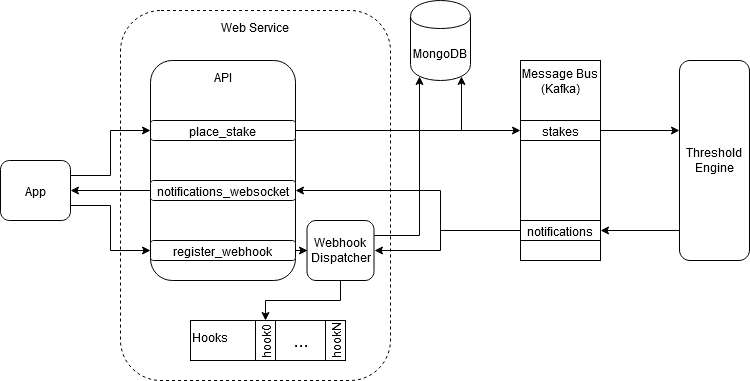
Earlier version of the draw.io export images/diagram.png (ruifpedro/challenge2019_sportsbook). Source tidied: cells renumbered, new cells last; positions are measured from the earlier drawing's top-left corner, leaving out a move shared by most shapes. Its diagram source:
```xml
<mxGraphModel>
  <root>
    <mxCell id="0" />
    <mxCell id="1" parent="0" />
    <mxCell id="2" value="Web Service" style="rounded=1;whiteSpace=wrap;html=1;verticalAlign=top;dashed=1;" parent="1" vertex="1">
      <mxGeometry x="120" y="10" width="270" height="370" as="geometry" />
    </mxCell>
    <mxCell id="3" style="edgeStyle=orthogonalEdgeStyle;rounded=0;jettySize=auto;html=1;entryX=1;entryY=0.5;entryDx=0;entryDy=0;exitX=0;exitY=0.5;exitDx=0;exitDy=0;" parent="1" edge="1" source="16" target="21">
      <mxGeometry relative="1" as="geometry" />
    </mxCell>
    <mxCell id="4" style="edgeStyle=orthogonalEdgeStyle;rounded=0;jettySize=auto;html=1;entryX=0;entryY=0.5;entryDx=0;entryDy=0;" parent="1" edge="1" source="20" target="15">
      <mxGeometry relative="1" as="geometry" />
    </mxCell>
    <mxCell id="5" style="edgeStyle=orthogonalEdgeStyle;rounded=0;jettySize=auto;html=1;entryX=1;entryY=0.5;entryDx=0;entryDy=0;exitX=0;exitY=0.85;exitDx=0;exitDy=0;exitPerimeter=0;" parent="1" edge="1" source="19" target="13">
      <mxGeometry relative="1" as="geometry">
        <Array as="points">
          <mxPoint x="440" y="230" />
          <mxPoint x="440" y="250" />
        </Array>
      </mxGeometry>
    </mxCell>
    <mxCell id="6" style="edgeStyle=orthogonalEdgeStyle;rounded=0;jettySize=auto;html=1;entryX=0;entryY=0.5;entryDx=0;entryDy=0;exitX=1;exitY=0.25;exitDx=0;exitDy=0;" parent="1" edge="1" source="8" target="24">
      <mxGeometry relative="1" as="geometry" />
    </mxCell>
    <mxCell id="7" style="edgeStyle=orthogonalEdgeStyle;rounded=0;jettySize=auto;html=1;entryX=0;entryY=0.5;entryDx=0;entryDy=0;exitX=1;exitY=0.75;exitDx=0;exitDy=0;" parent="1" edge="1" source="8" target="25">
      <mxGeometry relative="1" as="geometry" />
    </mxCell>
    <mxCell id="8" value="App" style="rounded=1;whiteSpace=wrap;html=1;" parent="1" vertex="1">
      <mxGeometry y="160" width="70" height="60" as="geometry" />
    </mxCell>
    <mxCell id="9" style="edgeStyle=orthogonalEdgeStyle;rounded=0;jettySize=auto;html=1;entryX=0;entryY=0.5;entryDx=0;entryDy=0;" parent="1" edge="1" source="24" target="20">
      <mxGeometry relative="1" as="geometry" />
    </mxCell>
    <mxCell id="10" style="edgeStyle=orthogonalEdgeStyle;rounded=0;jettySize=auto;html=1;entryX=0;entryY=0.5;entryDx=0;entryDy=0;" parent="1" edge="1" source="25" target="13">
      <mxGeometry relative="1" as="geometry" />
    </mxCell>
    <mxCell id="11" style="edgeStyle=orthogonalEdgeStyle;rounded=0;jettySize=auto;html=1;entryX=0.5;entryY=0;entryDx=0;entryDy=0;fontSize=16;" parent="1" edge="1" source="13" target="26">
      <mxGeometry relative="1" as="geometry" />
    </mxCell>
    <mxCell id="12" style="edgeStyle=orthogonalEdgeStyle;rounded=0;jettySize=auto;html=1;exitX=1;exitY=0.25;exitDx=0;exitDy=0;entryX=0.15;entryY=0.95;entryDx=0;entryDy=0;entryPerimeter=0;" parent="1" edge="1" source="13" target="33">
      <mxGeometry relative="1" as="geometry">
        <Array as="points">
          <mxPoint x="419" y="235" />
        </Array>
      </mxGeometry>
    </mxCell>
    <mxCell id="13" value="Webhook&lt;br&gt;Dispatcher" style="rounded=1;whiteSpace=wrap;html=1;align=center;" parent="1" vertex="1">
      <mxGeometry x="306.5" y="220" width="67" height="60" as="geometry" />
    </mxCell>
    <mxCell id="14" style="group;" parent="1" vertex="1">
      <mxGeometry x="679" y="60" width="70" height="200" as="geometry" />
    </mxCell>
    <mxCell id="15" style="rounded=0;whiteSpace=wrap;html=1;align=center;rotation=0;" parent="14" vertex="1">
      <mxGeometry y="60" width="70" height="20" as="geometry" />
    </mxCell>
    <mxCell id="16" style="rounded=0;whiteSpace=wrap;html=1;align=center;rotation=0;" parent="14" vertex="1">
      <mxGeometry y="160" width="70" height="20" as="geometry" />
    </mxCell>
    <mxCell id="17" value="Threshold Engine" style="rounded=1;whiteSpace=wrap;html=1;" parent="14" vertex="1">
      <mxGeometry width="70" height="200" as="geometry" />
    </mxCell>
    <mxCell id="18" style="group;" parent="1" vertex="1">
      <mxGeometry x="520" y="60" width="80" height="200" as="geometry" />
    </mxCell>
    <mxCell id="19" value="&lt;div&gt;Message Bus&lt;br&gt;&lt;/div&gt;&lt;div&gt;(Kafka)&lt;/div&gt;" style="rounded=0;whiteSpace=wrap;html=1;align=center;rotation=0;verticalAlign=top;" parent="18" vertex="1">
      <mxGeometry width="80" height="200" as="geometry" />
    </mxCell>
    <mxCell id="20" value="stakes" style="rounded=0;whiteSpace=wrap;html=1;align=center;rotation=0;" parent="18" vertex="1">
      <mxGeometry y="60" width="80" height="20" as="geometry" />
    </mxCell>
    <mxCell id="21" value="notifications" style="rounded=0;whiteSpace=wrap;html=1;align=center;rotation=0;" parent="18" vertex="1">
      <mxGeometry y="160" width="80" height="20" as="geometry" />
    </mxCell>
    <mxCell id="22" value="&lt;div&gt;API&lt;/div&gt;" style="rounded=1;whiteSpace=wrap;html=1;align=center;verticalAlign=top;" parent="1" vertex="1">
      <mxGeometry x="150" y="60" width="145" height="220" as="geometry" />
    </mxCell>
    <mxCell id="23" style="edgeStyle=orthogonalEdgeStyle;rounded=0;jettySize=auto;html=1;entryX=0.85;entryY=0.95;entryDx=0;entryDy=0;entryPerimeter=0;" parent="1" edge="1" source="24" target="33">
      <mxGeometry relative="1" as="geometry" />
    </mxCell>
    <mxCell id="24" value="place_stake" style="rounded=1;whiteSpace=wrap;html=1;rotation=0;" parent="1" vertex="1">
      <mxGeometry x="150" y="120" width="145" height="20" as="geometry" />
    </mxCell>
    <mxCell id="25" value="register_webhook" style="rounded=1;whiteSpace=wrap;html=1;rotation=0;" parent="1" vertex="1">
      <mxGeometry x="150" y="240" width="145" height="20" as="geometry" />
    </mxCell>
    <mxCell id="26" value="Hooks" style="rounded=0;whiteSpace=wrap;html=1;align=left;verticalAlign=top;rotation=0;" parent="1" vertex="1">
      <mxGeometry x="190" y="320" width="150" height="40" as="geometry" />
    </mxCell>
    <mxCell id="27" value="hook0" style="rounded=0;whiteSpace=wrap;html=1;align=left;rotation=-90;" parent="1" vertex="1">
      <mxGeometry x="245" y="330" width="40" height="20" as="geometry" />
    </mxCell>
    <mxCell id="28" value="hookN" style="rounded=0;whiteSpace=wrap;html=1;align=left;rotation=-90;" parent="1" vertex="1">
      <mxGeometry x="315" y="330" width="40" height="20" as="geometry" />
    </mxCell>
    <mxCell id="29" value="&lt;font style=&quot;font-size: 18px&quot;&gt;...&lt;/font&gt;" style="text;html=1;strokeColor=none;fillColor=none;align=center;verticalAlign=middle;whiteSpace=wrap;rounded=0;fontSize=16;" parent="1" vertex="1">
      <mxGeometry x="281" y="330" width="40" height="20" as="geometry" />
    </mxCell>
    <mxCell id="30" style="edgeStyle=orthogonalEdgeStyle;rounded=0;jettySize=auto;html=1;entryX=1;entryY=0.5;entryDx=0;entryDy=0;" parent="1" edge="1" source="31" target="8">
      <mxGeometry relative="1" as="geometry" />
    </mxCell>
    <mxCell id="31" value="notifications_websocket" style="rounded=1;whiteSpace=wrap;html=1;rotation=0;" parent="1" vertex="1">
      <mxGeometry x="150" y="180" width="145" height="20" as="geometry" />
    </mxCell>
    <mxCell id="32" style="edgeStyle=orthogonalEdgeStyle;rounded=0;jettySize=auto;html=1;exitX=0;exitY=0.5;exitDx=0;exitDy=0;entryX=1;entryY=0.5;entryDx=0;entryDy=0;" parent="1" edge="1" source="21" target="31">
      <mxGeometry relative="1" as="geometry">
        <Array as="points">
          <mxPoint x="440" y="230" />
          <mxPoint x="440" y="190" />
        </Array>
      </mxGeometry>
    </mxCell>
    <mxCell id="33" value="MongoDB" style="shape=cylinder;whiteSpace=wrap;html=1;boundedLbl=1;backgroundOutline=1;" parent="1" vertex="1">
      <mxGeometry x="410" width="60" height="80" as="geometry" />
    </mxCell>
  </root>
</mxGraphModel>
```
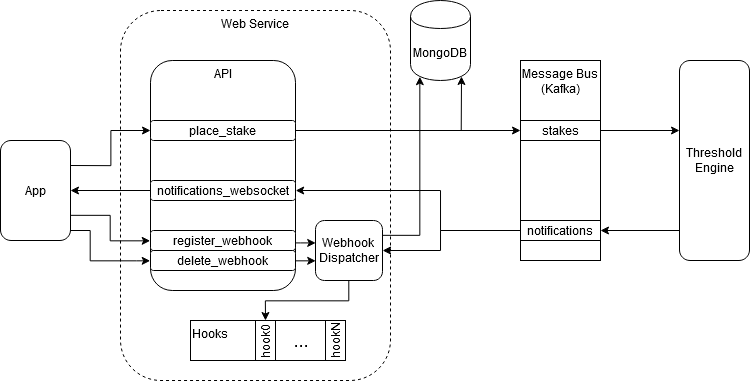
After the commit.

The edit, as a diff of the source:
```diff
@@ -23,16 +23,36 @@
       <mxGeometry relative="1" as="geometry" />
     </mxCell>
     <mxCell id="7" style="edgeStyle=orthogonalEdgeStyle;rounded=0;jettySize=auto;html=1;entryX=0;entryY=0.5;entryDx=0;entryDy=0;exitX=1;exitY=0.75;exitDx=0;exitDy=0;" parent="1" edge="1" source="8" target="25">
-      <mxGeometry relative="1" as="geometry" />
+      <mxGeometry relative="1" as="geometry">
+        <Array as="points">
+          <mxPoint x="110" y="215" />
+          <mxPoint x="110" y="240" />
+        </Array>
+      </mxGeometry>
     </mxCell>
+    <mxCell id="34" style="edgeStyle=orthogonalEdgeStyle;rounded=0;jettySize=auto;html=1;exitX=1;exitY=0.75;exitDx=0;exitDy=0;entryX=0;entryY=0.5;entryDx=0;entryDy=0;" parent="1" edge="1" source="8" target="36">
+      <mxGeometry relative="1" as="geometry">
+        <Array as="points">
+          <mxPoint x="70" y="230" />
+          <mxPoint x="90" y="230" />
+          <mxPoint x="90" y="260" />
+          <mxPoint x="136" y="260" />
+        </Array>
+      </mxGeometry>
+    </mxCell>
     <mxCell id="8" value="App" style="rounded=1;whiteSpace=wrap;html=1;" parent="1" vertex="1">
-      <mxGeometry y="160" width="70" height="60" as="geometry" />
+      <mxGeometry y="140" width="70" height="100" as="geometry" />
     </mxCell>
     <mxCell id="9" style="edgeStyle=orthogonalEdgeStyle;rounded=0;jettySize=auto;html=1;entryX=0;entryY=0.5;entryDx=0;entryDy=0;" parent="1" edge="1" source="24" target="20">
       <mxGeometry relative="1" as="geometry" />
     </mxCell>
-    <mxCell id="10" style="edgeStyle=orthogonalEdgeStyle;rounded=0;jettySize=auto;html=1;entryX=0;entryY=0.5;entryDx=0;entryDy=0;" parent="1" edge="1" source="25" target="13">
-      <mxGeometry relative="1" as="geometry" />
+    <mxCell id="10" style="edgeStyle=orthogonalEdgeStyle;rounded=0;jettySize=auto;html=1;entryX=-0.002;entryY=0.372;entryDx=0;entryDy=0;entryPerimeter=0;" parent="1" edge="1" source="25" target="13">
+      <mxGeometry relative="1" as="geometry">
+        <Array as="points">
+          <mxPoint x="300" y="242" />
+          <mxPoint x="300" y="242" />
+        </Array>
+      </mxGeometry>
     </mxCell>
     <mxCell id="11" style="edgeStyle=orthogonalEdgeStyle;rounded=0;jettySize=auto;html=1;entryX=0.5;entryY=0;entryDx=0;entryDy=0;fontSize=16;" parent="1" edge="1" source="13" target="26">
       <mxGeometry relative="1" as="geometry" />
@@ -45,7 +65,7 @@
       </mxGeometry>
     </mxCell>
     <mxCell id="13" value="Webhook&lt;br&gt;Dispatcher" style="rounded=1;whiteSpace=wrap;html=1;align=center;" parent="1" vertex="1">
-      <mxGeometry x="306.5" y="220" width="67" height="60" as="geometry" />
+      <mxGeometry x="315" y="220" width="67" height="60" as="geometry" />
     </mxCell>
     <mxCell id="14" style="group;" parent="1" vertex="1">
       <mxGeometry x="679" y="60" width="70" height="200" as="geometry" />
@@ -72,7 +92,7 @@
       <mxGeometry y="160" width="80" height="20" as="geometry" />
     </mxCell>
     <mxCell id="22" value="&lt;div&gt;API&lt;/div&gt;" style="rounded=1;whiteSpace=wrap;html=1;align=center;verticalAlign=top;" parent="1" vertex="1">
-      <mxGeometry x="150" y="60" width="145" height="220" as="geometry" />
+      <mxGeometry x="150" y="60" width="145" height="230" as="geometry" />
     </mxCell>
     <mxCell id="23" style="edgeStyle=orthogonalEdgeStyle;rounded=0;jettySize=auto;html=1;entryX=0.85;entryY=0.95;entryDx=0;entryDy=0;entryPerimeter=0;" parent="1" edge="1" source="24" target="33">
       <mxGeometry relative="1" as="geometry" />
@@ -81,7 +101,7 @@
       <mxGeometry x="150" y="120" width="145" height="20" as="geometry" />
     </mxCell>
     <mxCell id="25" value="register_webhook" style="rounded=1;whiteSpace=wrap;html=1;rotation=0;" parent="1" vertex="1">
-      <mxGeometry x="150" y="240" width="145" height="20" as="geometry" />
+      <mxGeometry x="150" y="230" width="145" height="20" as="geometry" />
     </mxCell>
     <mxCell id="26" value="Hooks" style="rounded=0;whiteSpace=wrap;html=1;align=left;verticalAlign=top;rotation=0;" parent="1" vertex="1">
       <mxGeometry x="190" y="320" width="150" height="40" as="geometry" />
@@ -112,5 +132,16 @@
     <mxCell id="33" value="MongoDB" style="shape=cylinder;whiteSpace=wrap;html=1;boundedLbl=1;backgroundOutline=1;" parent="1" vertex="1">
       <mxGeometry x="410" width="60" height="80" as="geometry" />
     </mxCell>
+    <mxCell id="35" style="edgeStyle=orthogonalEdgeStyle;rounded=0;jettySize=auto;html=1;exitX=1;exitY=0.5;exitDx=0;exitDy=0;" parent="1" edge="1" source="36">
+      <mxGeometry relative="1" as="geometry">
+        <mxPoint x="315" y="260" as="targetPoint" />
+        <Array as="points">
+          <mxPoint x="315" y="260" />
+        </Array>
+      </mxGeometry>
+    </mxCell>
+    <mxCell id="36" value="delete_webhook" style="rounded=1;whiteSpace=wrap;html=1;rotation=0;" parent="1" vertex="1">
+      <mxGeometry x="150" y="250" width="145" height="20" as="geometry" />
+    </mxCell>
   </root>
 </mxGraphModel>
```
